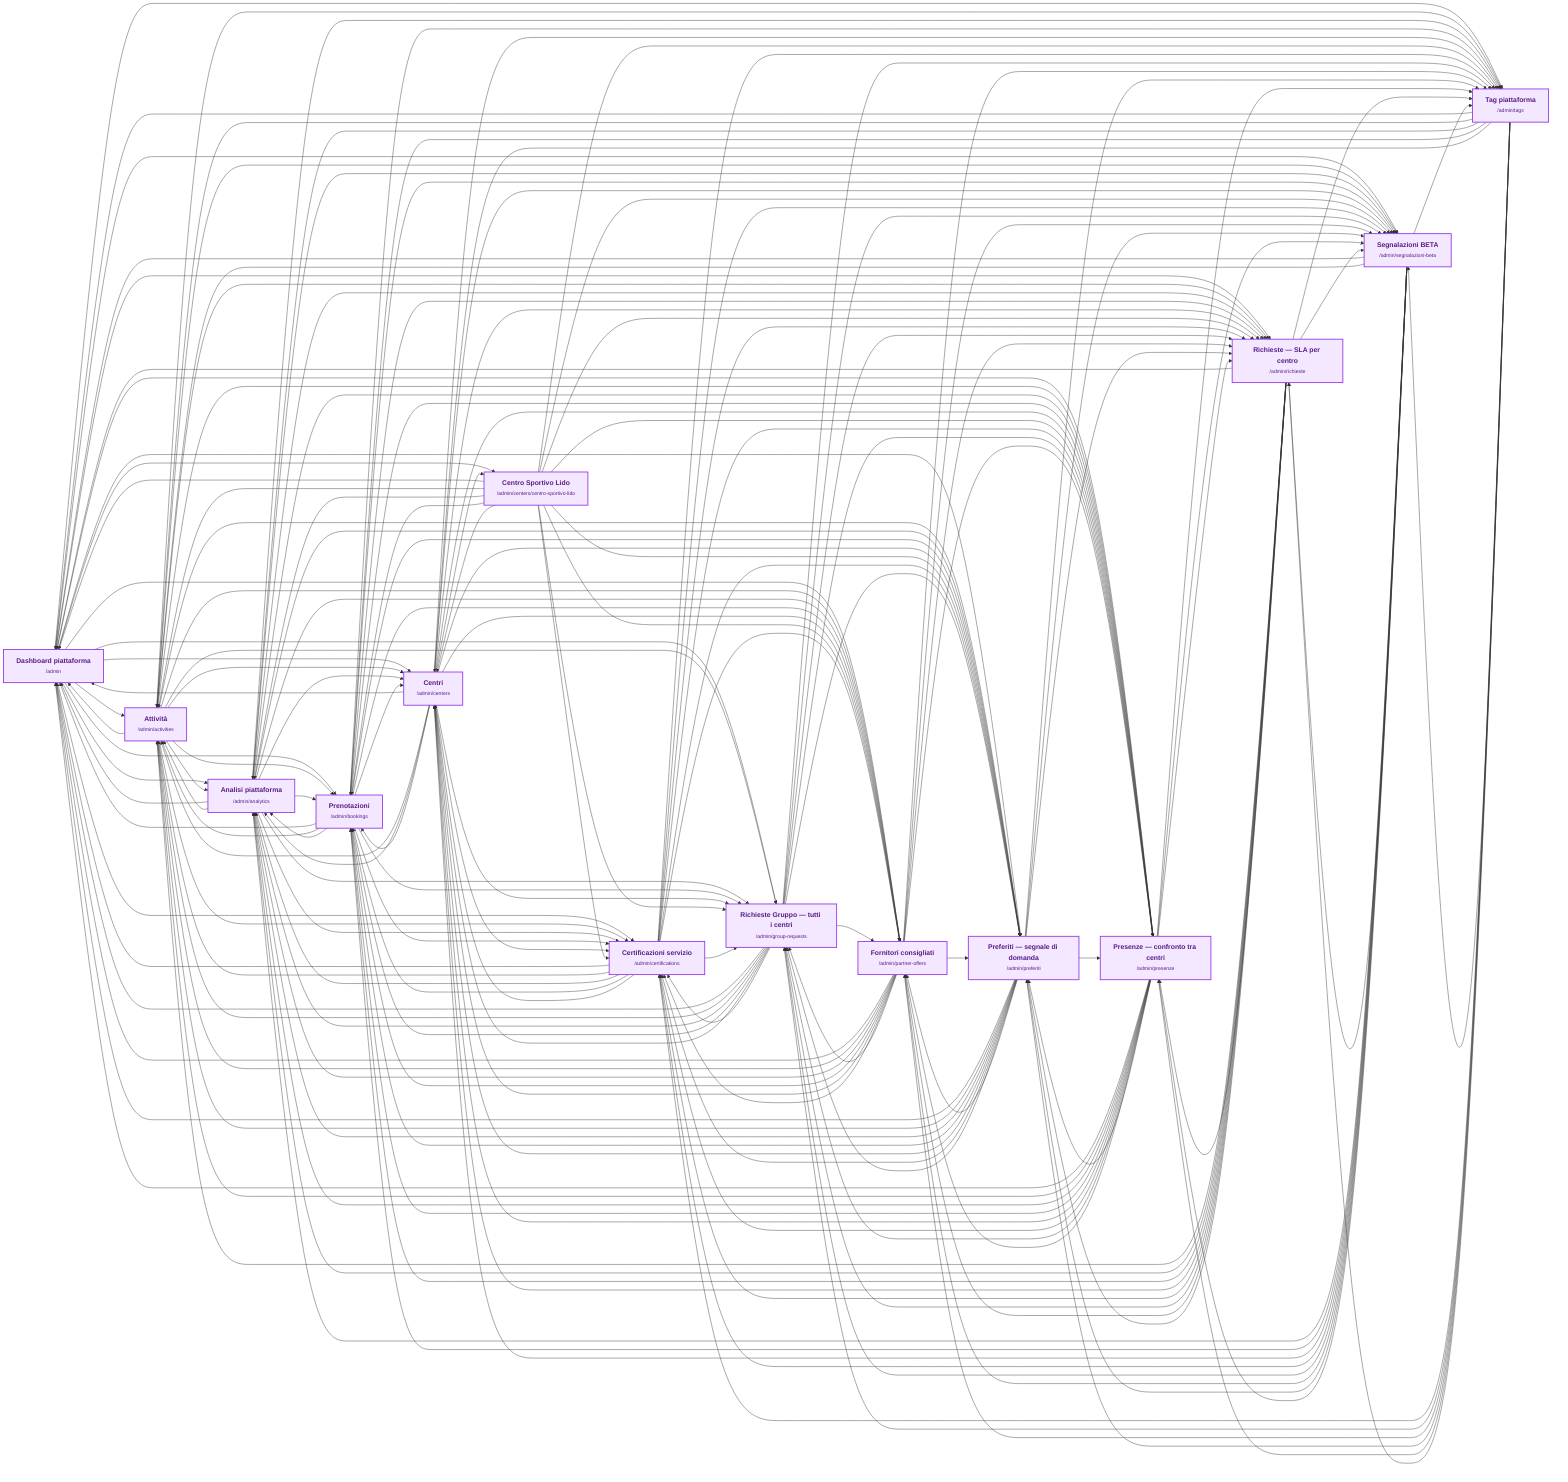
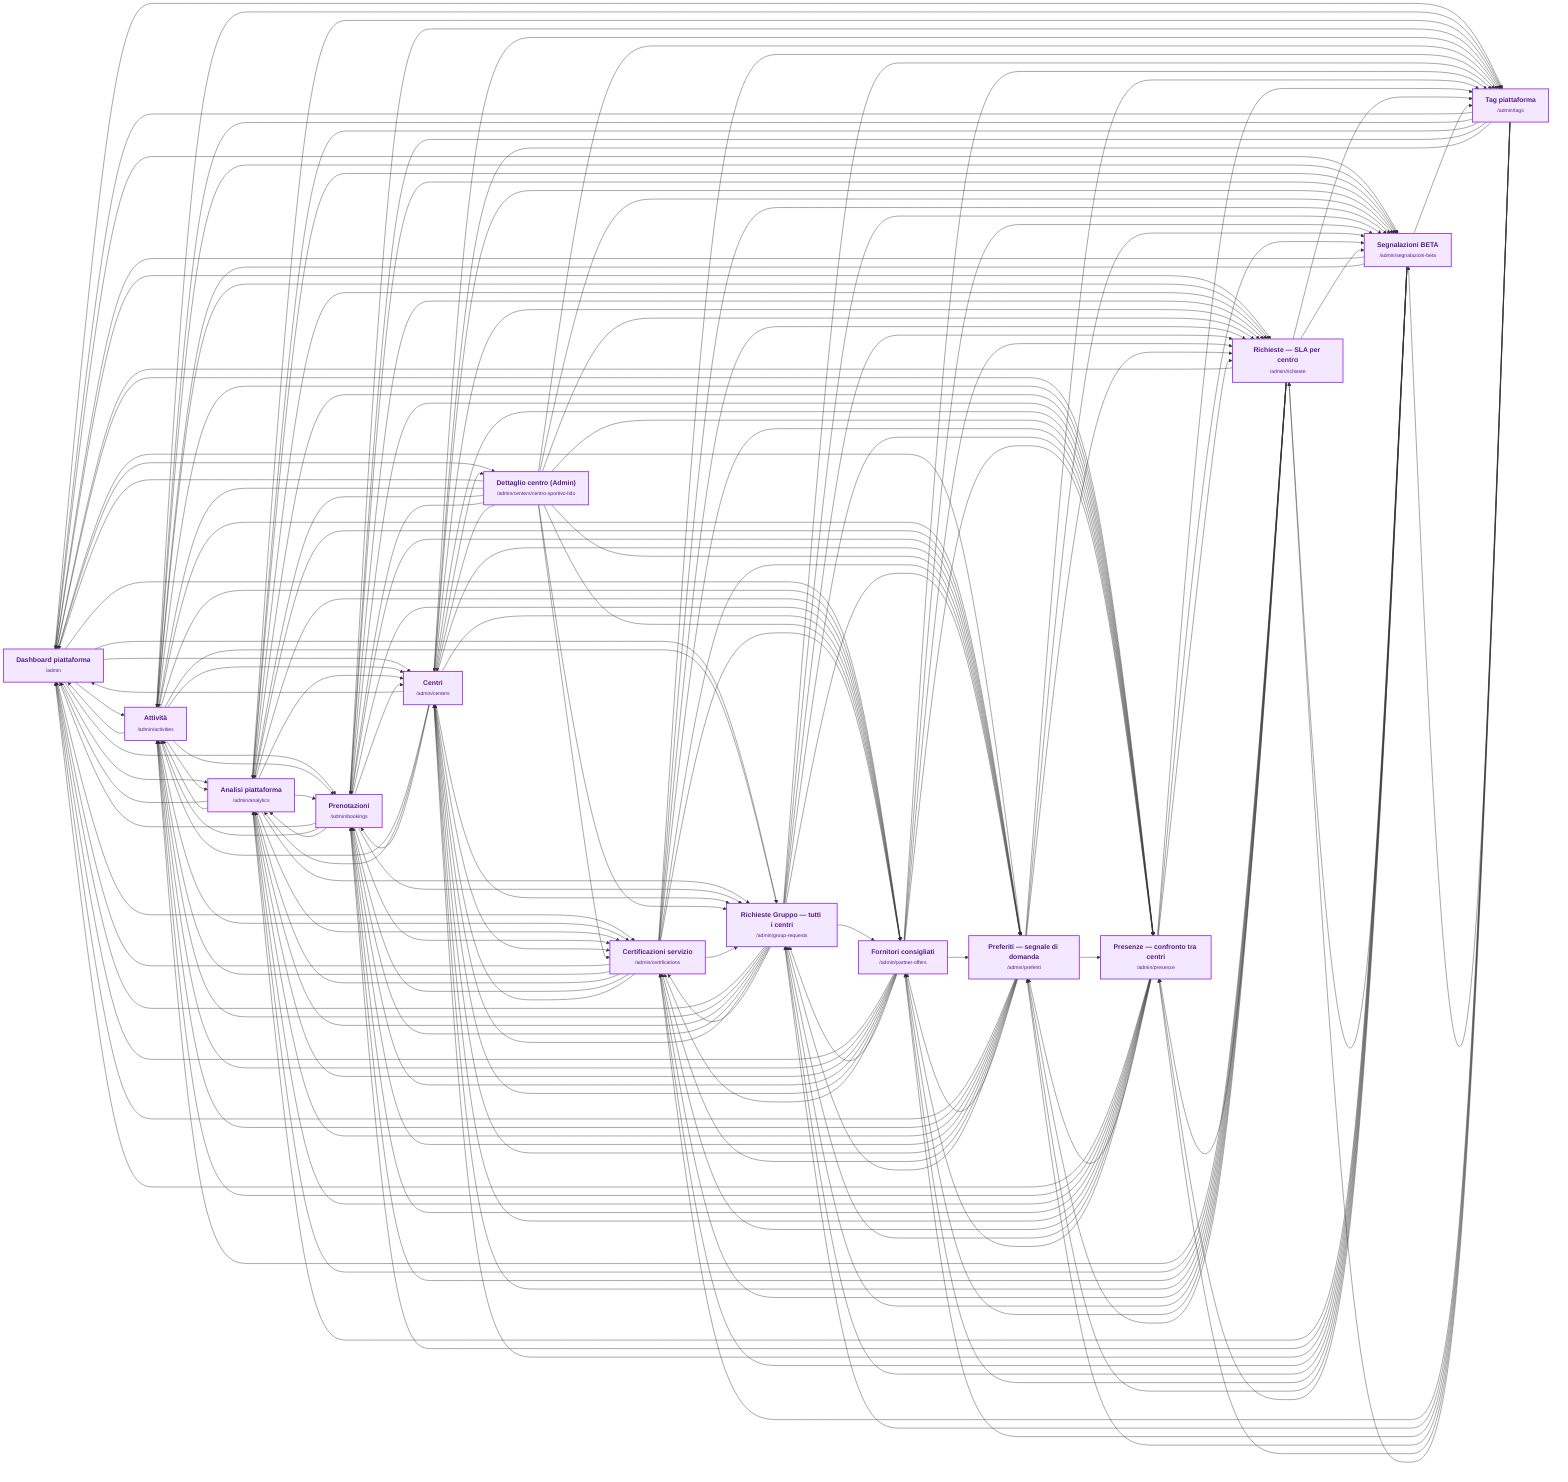
flowchart LR
  N0["<b>Dashboard piattaforma</b><br/><span style='font-size:12px'>/admin</span>"]:::admin
  N1["<b>Attività</b><br/><span style='font-size:12px'>/admin/activities</span>"]:::admin
  N2["<b>Analisi piattaforma</b><br/><span style='font-size:12px'>/admin/analytics</span>"]:::admin
  N3["<b>Prenotazioni</b><br/><span style='font-size:12px'>/admin/bookings</span>"]:::admin
  N4["<b>Centri</b><br/><span style='font-size:12px'>/admin/centers</span>"]:::admin
-   N5["<b>Centro Sportivo Lido</b><br/><span style='font-size:12px'>/admin/centers/centro-sportivo-lido</span>"]:::admin
+   N5["<b>Dettaglio centro (Admin)</b><br/><span style='font-size:12px'>/admin/centers/centro-sportivo-lido</span>"]:::admin
  N6["<b>Certificazioni servizio</b><br/><span style='font-size:12px'>/admin/certifications</span>"]:::admin
  N7["<b>Richieste Gruppo — tutti i centri</b><br/><span style='font-size:12px'>/admin/group-requests</span>"]:::admin
  N8["<b>Fornitori consigliati</b><br/><span style='font-size:12px'>/admin/partner-offers</span>"]:::admin
  N9["<b>Preferiti — segnale di domanda</b><br/><span style='font-size:12px'>/admin/preferiti</span>"]:::admin
  N10["<b>Presenze — confronto tra centri</b><br/><span style='font-size:12px'>/admin/presenze</span>"]:::admin
  N11["<b>Richieste — SLA per centro</b><br/><span style='font-size:12px'>/admin/richieste</span>"]:::admin
  N12["<b>Segnalazioni BETA</b><br/><span style='font-size:12px'>/admin/segnalazioni-beta</span>"]:::admin
  N13["<b>Tag piattaforma</b><br/><span style='font-size:12px'>/admin/tags</span>"]:::admin
  N0 --> N1
  N0 --> N2
  N0 --> N3
  N0 --> N4
  N0 --> N5
  N0 --> N6
  N0 --> N7
  N0 --> N8
  N0 --> N9
  N0 --> N10
  N0 --> N11
  N0 --> N12
  N0 --> N13
  N1 --> N0
  N1 --> N2
  N1 --> N3
  N1 --> N4
  N1 --> N6
  N1 --> N7
  N1 --> N8
  N1 --> N9
  N1 --> N10
  N1 --> N11
  N1 --> N12
  N1 --> N13
  N2 --> N0
  N2 --> N1
  N2 --> N3
  N2 --> N4
  N2 --> N6
  N2 --> N7
  N2 --> N8
  N2 --> N9
  N2 --> N10
  N2 --> N11
  N2 --> N12
  N2 --> N13
  N3 --> N0
  N3 --> N1
  N3 --> N2
  N3 --> N4
  N3 --> N6
  N3 --> N7
  N3 --> N8
  N3 --> N9
  N3 --> N10
  N3 --> N11
  N3 --> N12
  N3 --> N13
  N4 --> N0
  N4 --> N1
  N4 --> N2
  N4 --> N3
  N4 --> N5
  N4 --> N6
  N4 --> N7
  N4 --> N8
  N4 --> N9
  N4 --> N10
  N4 --> N11
  N4 --> N12
  N4 --> N13
  N5 --> N0
  N5 --> N1
  N5 --> N2
  N5 --> N3
  N5 --> N4
  N5 --> N6
  N5 --> N7
  N5 --> N8
  N5 --> N9
  N5 --> N10
  N5 --> N11
  N5 --> N12
  N5 --> N13
  N6 --> N0
  N6 --> N1
  N6 --> N2
  N6 --> N3
  N6 --> N4
  N6 --> N7
  N6 --> N8
  N6 --> N9
  N6 --> N10
  N6 --> N11
  N6 --> N12
  N6 --> N13
  N7 --> N0
  N7 --> N1
  N7 --> N2
  N7 --> N3
  N7 --> N4
  N7 --> N6
  N7 --> N8
  N7 --> N9
  N7 --> N10
  N7 --> N11
  N7 --> N12
  N7 --> N13
  N8 --> N0
  N8 --> N1
  N8 --> N2
  N8 --> N3
  N8 --> N4
  N8 --> N6
  N8 --> N7
  N8 --> N9
  N8 --> N10
  N8 --> N11
  N8 --> N12
  N8 --> N13
  N9 --> N0
  N9 --> N1
  N9 --> N2
  N9 --> N3
  N9 --> N4
  N9 --> N6
  N9 --> N7
  N9 --> N8
  N9 --> N10
  N9 --> N11
  N9 --> N12
  N9 --> N13
  N10 --> N0
  N10 --> N1
  N10 --> N2
  N10 --> N3
  N10 --> N4
  N10 --> N6
  N10 --> N7
  N10 --> N8
  N10 --> N9
  N10 --> N11
  N10 --> N12
  N10 --> N13
  N11 --> N0
  N11 --> N1
  N11 --> N2
  N11 --> N3
  N11 --> N4
  N11 --> N6
  N11 --> N7
  N11 --> N8
  N11 --> N9
  N11 --> N10
  N11 --> N12
  N11 --> N13
  N12 --> N0
  N12 --> N1
  N12 --> N2
  N12 --> N3
  N12 --> N4
  N12 --> N6
  N12 --> N7
  N12 --> N8
  N12 --> N9
  N12 --> N10
  N12 --> N11
  N12 --> N13
  N13 --> N0
  N13 --> N1
  N13 --> N2
  N13 --> N3
  N13 --> N4
  N13 --> N6
  N13 --> N7
  N13 --> N8
  N13 --> N9
  N13 --> N10
  N13 --> N11
  N13 --> N12
  click N0 "https://buddykids-app.vercel.app/admin" "Apri pagina" _blank
  click N1 "https://buddykids-app.vercel.app/admin/activities" "Apri pagina" _blank
  click N2 "https://buddykids-app.vercel.app/admin/analytics" "Apri pagina" _blank
  click N3 "https://buddykids-app.vercel.app/admin/bookings" "Apri pagina" _blank
  click N4 "https://buddykids-app.vercel.app/admin/centers" "Apri pagina" _blank
  click N5 "https://buddykids-app.vercel.app/admin/centers/centro-sportivo-lido" "Apri pagina" _blank
  click N6 "https://buddykids-app.vercel.app/admin/certifications" "Apri pagina" _blank
  click N7 "https://buddykids-app.vercel.app/admin/group-requests" "Apri pagina" _blank
  click N8 "https://buddykids-app.vercel.app/admin/partner-offers" "Apri pagina" _blank
  click N9 "https://buddykids-app.vercel.app/admin/preferiti" "Apri pagina" _blank
  click N10 "https://buddykids-app.vercel.app/admin/presenze" "Apri pagina" _blank
  click N11 "https://buddykids-app.vercel.app/admin/richieste" "Apri pagina" _blank
  click N12 "https://buddykids-app.vercel.app/admin/segnalazioni-beta" "Apri pagina" _blank
  click N13 "https://buddykids-app.vercel.app/admin/tags" "Apri pagina" _blank

  classDef nextgen fill:#dcfce7,stroke:#15803d,stroke-width:2px,color:#14532d;
  classDef legacy fill:#ffedd5,stroke:#ea580c,stroke-width:2px,color:#7c2d12;
  classDef partner fill:#dbeafe,stroke:#2563eb,stroke-width:2px,color:#1e3a8a;
  classDef admin fill:#f3e8ff,stroke:#9333ea,stroke-width:2px,color:#581c87;